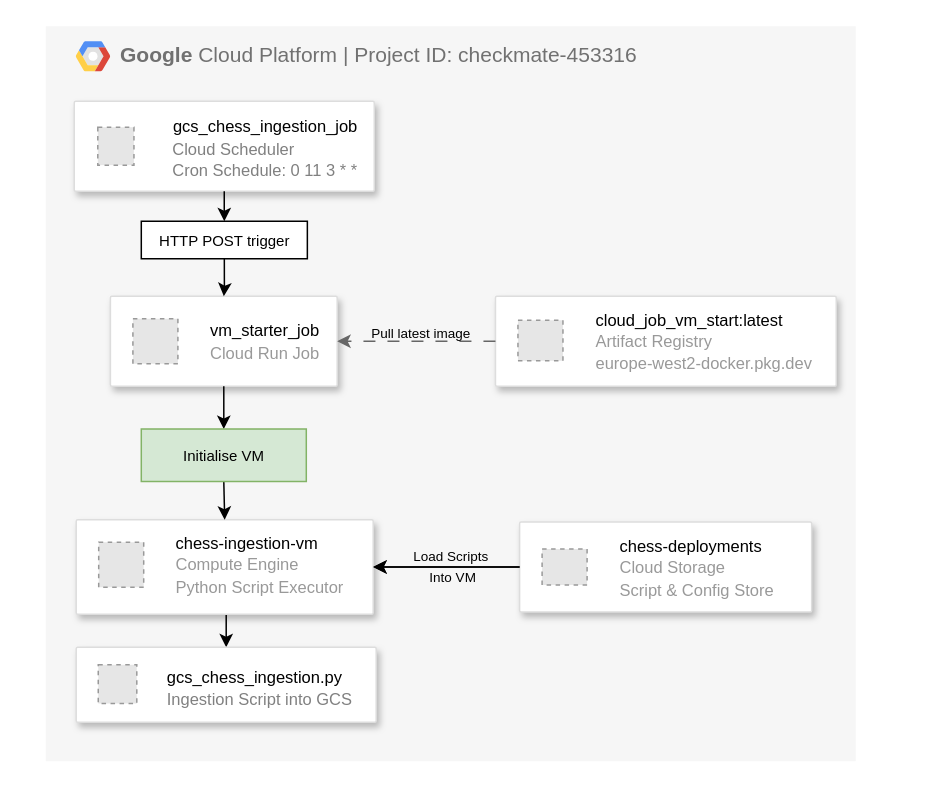
Above: page "Pipeline Architecture" (2 of 3) of diagrams/architecture/chess_pipeline_architecture.drawio in Filpill/chess_analysis (draw.io), before the change. Source tidied: cells renumbered, new cells numbered last; positions are measured from the earlier drawing's top-left corner, leaving out a move shared by most shapes. Both pictures are drawn from the tidied source at 150%, with x=0, y=0 at pixel (45, 26). Pictures stored in the file or linked from it are replaced by grey dashed boxes.
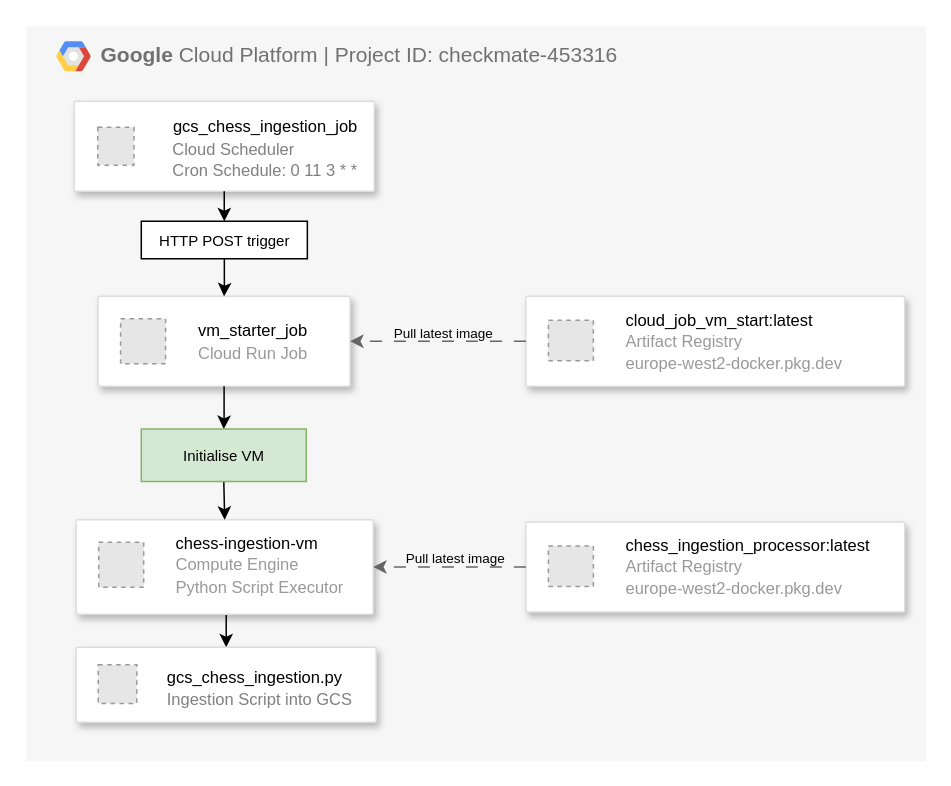
The same diagram, later.

The change refers to these unchanged cells:
```xml
<mxCell id="13" style="strokeColor=#dddddd;shadow=1;strokeWidth=1;rounded=1;absoluteArcSize=1;arcSize=2;fontSize=11;" parent="1" vertex="1">
  <mxGeometry x="20.3" y="329" width="198" height="63" as="geometry" />
</mxCell>
```

Change to the diagram source:
```diff
@@
     <mxCell id="2" value="&lt;b&gt;Google &lt;/b&gt;Cloud Platform | Project ID: checkmate-453316" style="fillColor=#F6F6F6;strokeColor=none;shadow=0;gradientColor=none;fontSize=14;align=left;spacing=10;fontColor=#717171;9E9E9E;verticalAlign=top;spacingTop=-4;fontStyle=0;spacingLeft=40;html=1;whiteSpace=wrap;" parent="1" vertex="1">
-      <mxGeometry width="540" height="490" as="geometry" />
+      <mxGeometry x="-13" width="600" height="490" as="geometry" />
     </mxCell>
@@
-    <mxCell id="4" style="strokeColor=#dddddd;shadow=1;strokeWidth=1;rounded=1;absoluteArcSize=1;arcSize=2;" parent="2" vertex="1">
-      <mxGeometry x="315.9" y="330.5" width="194.7" height="60" as="geometry" />
-    </mxCell>
-    <mxCell id="5" value="&lt;div&gt;&lt;span style=&quot;color: rgb(0, 0, 0); font-size: 11px; background-color: transparent;&quot;&gt;chess-deployments&lt;/span&gt;&lt;/div&gt;&lt;font style=&quot;font-size: 11px;&quot;&gt;Cloud Storage&lt;/font&gt;&lt;div&gt;&lt;font style=&quot;font-size: 11px;&quot;&gt;Script &amp;amp; Config Store&lt;/font&gt;&lt;/div&gt;" style="fillColor=#E6E6E6;strokeColor=#999999;dashed=1;html=1;fontColor=#999999;verticalLabelPosition=middle;verticalAlign=middle;labelPosition=right;align=left;spacingLeft=20;" parent="4" vertex="1">
-      <mxGeometry width="30" height="24" relative="1" as="geometry">
-        <mxPoint x="15" y="18" as="offset" />
-      </mxGeometry>
-    </mxCell>
     <mxCell id="6" style="strokeColor=#dddddd;shadow=1;strokeWidth=1;rounded=1;absoluteArcSize=1;arcSize=2;" parent="2" vertex="1">
-      <mxGeometry x="299.8" y="180" width="227.2" height="60" as="geometry" />
+      <mxGeometry x="333.1" y="180" width="252.5" height="60" as="geometry" />
     </mxCell>
@@
     <mxCell id="8" style="strokeColor=#dddddd;shadow=1;strokeWidth=1;rounded=1;absoluteArcSize=1;arcSize=2;" parent="2" vertex="1">
-      <mxGeometry x="43.1" y="180" width="151.2" height="60" as="geometry" />
+      <mxGeometry x="47.9" y="180" width="168" height="60" as="geometry" />
     </mxCell>
@@
+    <mxCell id="34" style="strokeColor=#dddddd;shadow=1;strokeWidth=1;rounded=1;absoluteArcSize=1;arcSize=2;" parent="2" vertex="1">
+      <mxGeometry x="333.1" y="330.5" width="252.5" height="60" as="geometry" />
+    </mxCell>
+    <mxCell id="35" value="&lt;font style=&quot;font-size: 11px;&quot;&gt;&lt;font color=&quot;#000000&quot;&gt;chess_ingestion_processor:latest&lt;/font&gt;&lt;/font&gt;&lt;div&gt;&lt;font style=&quot;font-size: 11px;&quot;&gt;Artifact Registry&lt;/font&gt;&lt;div&gt;&lt;font style=&quot;font-size: 11px;&quot;&gt;europe-west2-docker.pkg.dev&lt;/font&gt;&lt;/div&gt;&lt;/div&gt;" style="fillColor=#E6E6E6;strokeColor=#999999;dashed=1;html=1;fontColor=#999999;verticalLabelPosition=middle;verticalAlign=middle;labelPosition=right;align=left;spacingLeft=20;" parent="34" vertex="1">
+      <mxGeometry width="30" height="27" relative="1" as="geometry">
+        <mxPoint x="15" y="16" as="offset" />
+      </mxGeometry>
+    </mxCell>
@@
-    <mxCell id="15" style="edgeStyle=orthogonalEdgeStyle;rounded=0;jettySize=auto;html=1;exitX=0;exitY=0.5;exitDx=0;exitDy=0;entryX=1;entryY=0.5;entryDx=0;entryDy=0;" parent="1" edge="1" source="4" target="13">
-      <mxGeometry relative="1" as="geometry" />
-    </mxCell>
-    <mxCell id="16" value="&lt;font style=&quot;font-size: 9px;&quot;&gt;Load Scripts&lt;/font&gt;&lt;div&gt;&lt;font style=&quot;font-size: 9px;&quot;&gt;&amp;nbsp;Into VM&lt;/font&gt;&lt;/div&gt;" style="edgeLabel;html=1;align=center;verticalAlign=middle;labelBackgroundColor=none;" parent="15" vertex="1">
-      <mxGeometry x="-0.15" y="-1" relative="1" as="geometry">
-        <mxPoint x="-5" as="offset" />
-      </mxGeometry>
-    </mxCell>
@@
-    <mxCell id="33" style="edgeStyle=orthogonalEdgeStyle;rounded=0;jettySize=auto;html=1;" parent="1" edge="1" source="4" target="13">
-      <mxGeometry relative="1" as="geometry" />
-    </mxCell>
+    <mxCell id="36" style="edgeStyle=orthogonalEdgeStyle;rounded=0;jettySize=auto;html=1;exitX=0;exitY=0.5;exitDx=0;exitDy=0;fillColor=#f5f5f5;strokeColor=#666666;dashed=1;dashPattern=8 8;entryX=1;entryY=0.5;entryDx=0;entryDy=0;" parent="1" edge="1" source="34" target="13">
+      <mxGeometry relative="1" as="geometry" />
+    </mxCell>
+    <mxCell id="37" value="&lt;font style=&quot;font-size: 9px;&quot;&gt;Pull latest image&lt;/font&gt;" style="edgeLabel;html=1;align=center;verticalAlign=middle;labelBackgroundColor=none;" parent="36" vertex="1">
+      <mxGeometry x="0.04" y="-2" relative="1" as="geometry">
+        <mxPoint x="5" y="-5" as="offset" />
+      </mxGeometry>
+    </mxCell>
```
